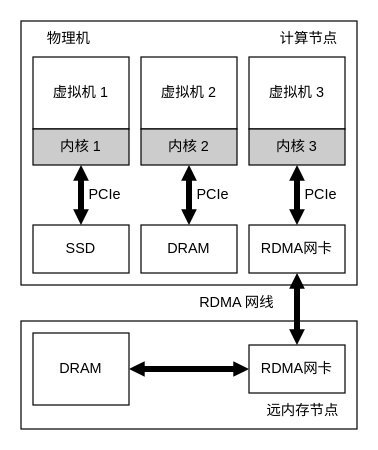
Earlier version of the draw.io diagram 专利_硬件架构.drawio (linqinluli/picture_draw). Source tidied: cells renumbered, new cells numbered last; positions are measured from the earlier drawing's top-left corner, leaving out a move shared by most shapes. Both pictures are drawn from the tidied source at 120%, with x=0, y=0 at pixel (20, 20).
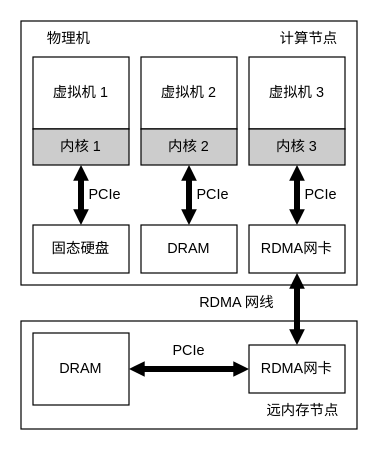
The same page after the edit.

Commit message:
更新专利_硬件架构.drawio

Diff of the diagram source:
```diff
@@
-    <mxCell id="10" value="SSD" style="rounded=0;whiteSpace=wrap;html=1;" parent="1" vertex="1">
+    <mxCell id="10" value="固态硬盘" style="rounded=0;whiteSpace=wrap;html=1;" parent="1" vertex="1">
       <mxGeometry x="10" y="170" width="80" height="40" as="geometry" />
     </mxCell>
@@
+    <mxCell id="27" value="PCIe" style="text;html=1;strokeColor=none;fillColor=none;align=center;verticalAlign=middle;whiteSpace=wrap;rounded=0;" parent="1" vertex="1">
+      <mxGeometry x="110" y="260" width="60" height="30" as="geometry" />
+    </mxCell>
```
